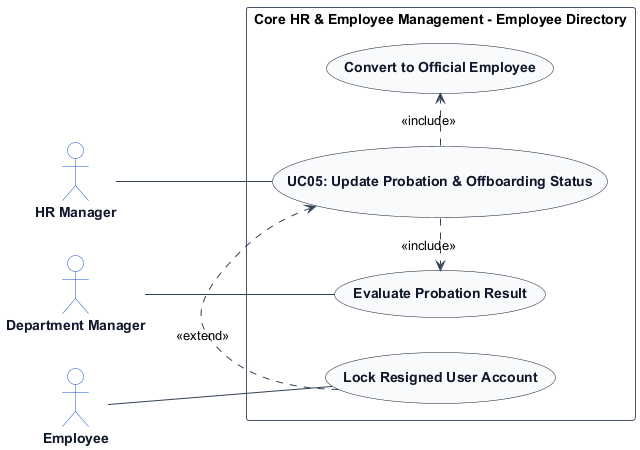
TamBui1706/HRPlatform keeps this PlantUML diagram as usecase_images/UC05.png. Above is the earlier version.
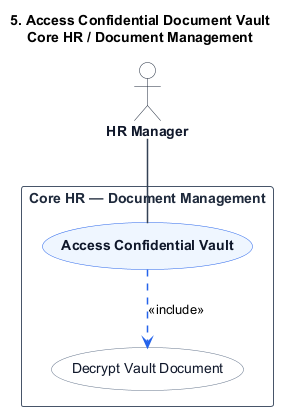
Above is the later version.

What changed in the source:
```diff
@@ -1,38 +1,57 @@
 @startuml
-left to right direction
+title 5. Access Confidential Document Vault\nCore HR / Document Management
+
 skinparam shadowing false
 skinparam packageStyle rectangle
 skinparam actorStyle stickman
 
-skinparam ArrowColor #334155
-skinparam ActorBorderColor #1d4ed8
+hide stereotype
+
+skinparam ActorBorderColor #1e293b
 skinparam ActorBackgroundColor #ffffff
 skinparam ActorFontColor #0f172a
 skinparam ActorFontStyle bold
 
-skinparam UsecaseBorderColor #0f172a
-skinparam UsecaseBackgroundColor #f8fafc
-skinparam UsecaseFontColor #0f172a
-skinparam UsecaseFontStyle bold
-
 skinparam RectangleBorderColor #475569
 skinparam RectangleBackgroundColor #ffffff
+skinparam RectangleFontColor #1e293b
+skinparam RectangleFontStyle bold
+
+skinparam ArrowColor #334155
+skinparam ArrowThickness 1.5
+
+skinparam usecase {
+    BackgroundColor #eff6ff
+    BorderColor #2563eb
+    FontColor #0f172a
+    FontStyle bold
+}
+
+skinparam usecase<<Inc>> {
+    BackgroundColor #ffffff
+    BorderColor #64748b
+    FontColor #0f172a
+    FontStyle normal
+}
+
+skinparam usecase<<Ext>> {
+    BackgroundColor #fffbeb
+    BorderColor #d97706
+    FontColor #0f172a
+    FontStyle normal
+}
 
 actor "HR Manager" as HRManager
-actor "Department Manager" as DepartmentManager
-actor "Employee" as Employee
 
-rectangle "Core HR & Employee Management - Employee Directory" {
-    usecase "UC05: Update Probation & Offboarding Status" as UC_Main
-    usecase "Evaluate Probation Result" as UC_Prob
-    usecase "Convert to Official Employee" as UC_Official
-    usecase "Lock Resigned User Account" as UC_LockAcc
+rectangle "Core HR — Document Management" {
+    usecase "Access Confidential Vault" as UC_Main
+
+    usecase "Decrypt Vault Document" as UC_Inc1 <<Inc>>
+
 
     HRManager -- UC_Main
-    DepartmentManager -- UC_Prob
-    Employee -- UC_LockAcc
-    UC_Main .> UC_Prob : <<include>>
-    UC_Main .> UC_Official : <<include>>
-    UC_LockAcc .> UC_Main : <<extend>>
+
+    UC_Main .[#2563eb].> UC_Inc1 : <<include>>
+
 }
 @enduml
```
